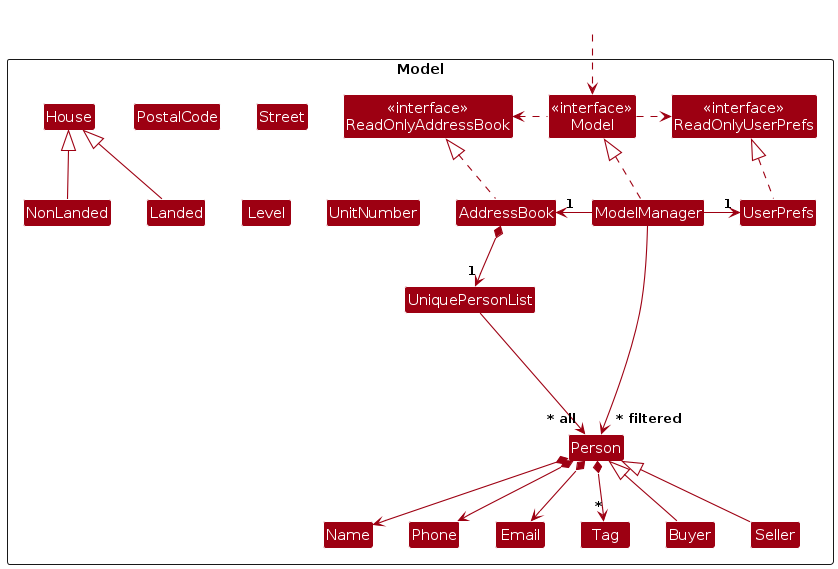
The PlantUML diagram diagrams/ModelClassDiagram.png in AY2324S2-CS2103-F09-1/tp, before a commit. Its source is kept beside it as diagrams/ModelClassDiagram.puml.
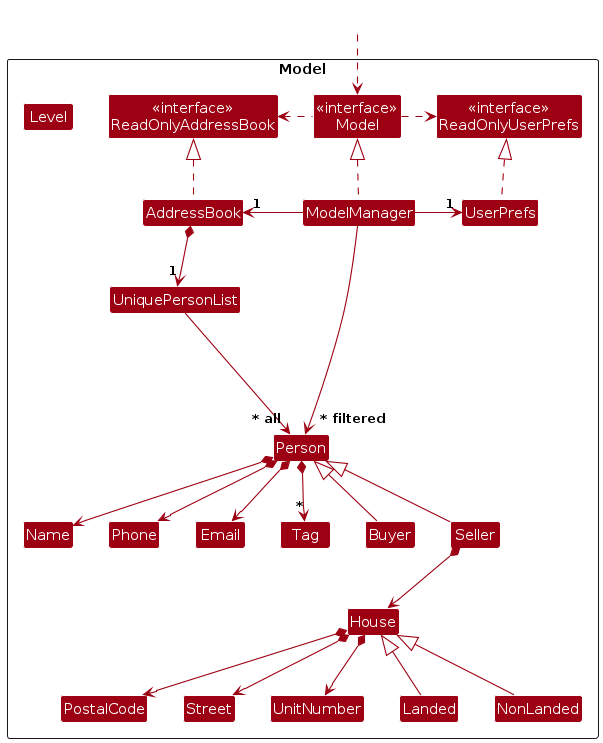
After the commit.

The edit, as a diff of the source:
```diff
@@ -49,6 +49,11 @@
 Person *--> Phone
 Person *--> Email
 Person *--> "*" Tag
+House *--> PostalCode
+House *--> UnitNumber
+House *--> Street
+Seller *--> House
+
 
 
 
```
